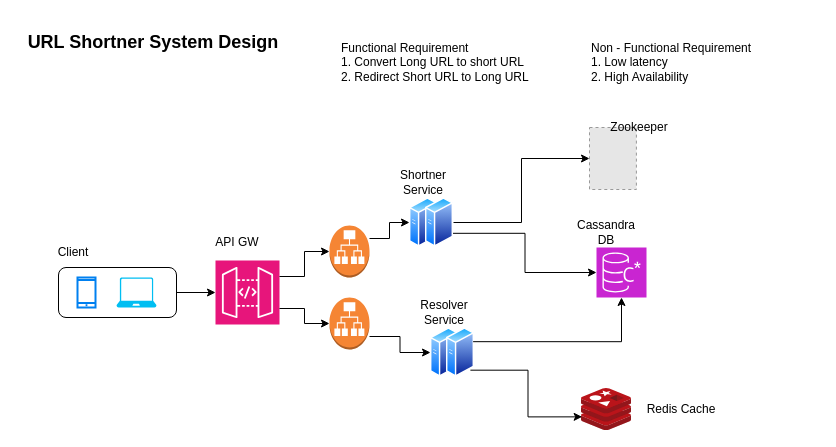
kulwantsharma/system-design keeps this draw.io diagram as url-shortner.drawio. Above is the earlier version. Source tidied: cells renumbered, new cells numbered last; positions are measured from the earlier drawing's top-left corner, leaving out a move shared by most shapes. Both pictures are drawn from the tidied source at 100%, with x=0, y=0 at pixel (17, 17). Pictures stored in the file or linked from it are replaced by grey dashed boxes.
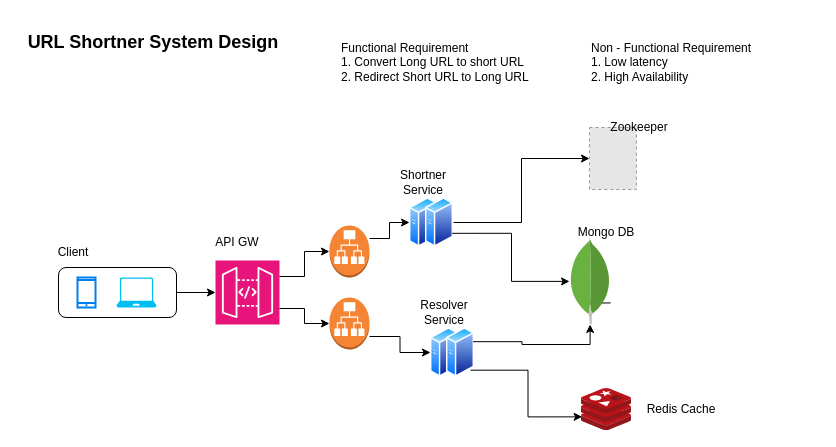
The same page after the edit.

Unchanged cells that the change refers to:
```xml
<mxCell id="22" style="image;perimeter=ellipsePerimeter;html=1;align=center;shadow=0;dashed=0;spacingTop=3;image=img/lib/active_directory/generic_server.svg;" parent="1" vertex="1">
  <mxGeometry x="408" y="180" width="28" height="50" as="geometry" />
</mxCell>
<mxCell id="25" style="image;perimeter=ellipsePerimeter;html=1;align=center;shadow=0;dashed=0;spacingTop=3;image=img/lib/active_directory/generic_server.svg;" parent="1" vertex="1">
  <mxGeometry x="429" y="310" width="28" height="50" as="geometry" />
</mxCell>
```

The edit, as a diff of the source:
```diff
@@
-    <mxCell id="13" style="edgeStyle=orthogonalEdgeStyle;rounded=0;jettySize=auto;html=1;exitX=1;exitY=0.75;exitDx=0;exitDy=0;" parent="1" edge="1" source="22" target="15">
-      <mxGeometry relative="1" as="geometry" />
+    <mxCell id="13" style="edgeStyle=orthogonalEdgeStyle;rounded=0;jettySize=auto;html=1;exitX=1;exitY=0.75;exitDx=0;exitDy=0;" parent="1" edge="1" source="35">
+      <mxGeometry relative="1" as="geometry">
+        <mxPoint x="579" y="255" as="targetPoint" />
+      </mxGeometry>
     </mxCell>
@@
-    <mxCell id="15" style="sketch=0;points=[[0,0,0],[0.25,0,0],[0.5,0,0],[0.75,0,0],[1,0,0],[0,1,0],[0.25,1,0],[0.5,1,0],[0.75,1,0],[1,1,0],[0,0.25,0],[0,0.5,0],[0,0.75,0],[1,0.25,0],[1,0.5,0],[1,0.75,0]];outlineConnect=0;fontColor=#232F3E;fillColor=#C925D1;strokeColor=#ffffff;dashed=0;verticalLabelPosition=bottom;verticalAlign=top;align=center;html=1;fontSize=12;fontStyle=0;shape=mxgraph.aws4.resourceIcon;resIcon=mxgraph.aws4.managed_apache_cassandra_service;" parent="1" vertex="1">
-      <mxGeometry x="579" y="230" width="50" height="50" as="geometry" />
-    </mxCell>
@@
-    <mxCell id="17" value="Cassandra DB" style="text;html=1;align=center;verticalAlign=middle;whiteSpace=wrap;rounded=0;" parent="1" vertex="1">
+    <mxCell id="17" value="Mongo DB" style="text;html=1;align=center;verticalAlign=middle;whiteSpace=wrap;rounded=0;" parent="1" vertex="1">
       <mxGeometry x="559" y="200" width="60" height="30" as="geometry" />
     </mxCell>
@@
-    <mxCell id="28" style="edgeStyle=orthogonalEdgeStyle;rounded=0;jettySize=auto;html=1;exitX=1;exitY=0.25;exitDx=0;exitDy=0;entryX=0.5;entryY=1;entryDx=0;entryDy=0;entryPerimeter=0;" parent="1" edge="1" source="25" target="15">
+    <mxCell id="28" style="edgeStyle=orthogonalEdgeStyle;rounded=0;jettySize=auto;html=1;exitX=1;exitY=0.25;exitDx=0;exitDy=0;" parent="1" edge="1" source="25" target="35">
       <mxGeometry relative="1" as="geometry" />
     </mxCell>
@@
+    <mxCell id="34" style="edgeStyle=orthogonalEdgeStyle;rounded=0;jettySize=auto;html=1;exitX=1;exitY=0.75;exitDx=0;exitDy=0;" parent="1" edge="1" source="22" target="35">
+      <mxGeometry relative="1" as="geometry" />
+    </mxCell>
+    <mxCell id="35" style="dashed=0;outlineConnect=0;html=1;align=center;labelPosition=center;verticalLabelPosition=bottom;verticalAlign=top;shape=mxgraph.weblogos.mongodb;" parent="1" vertex="1">
+      <mxGeometry x="552" y="220.8" width="41.2" height="86.2" as="geometry" />
+    </mxCell>
```
